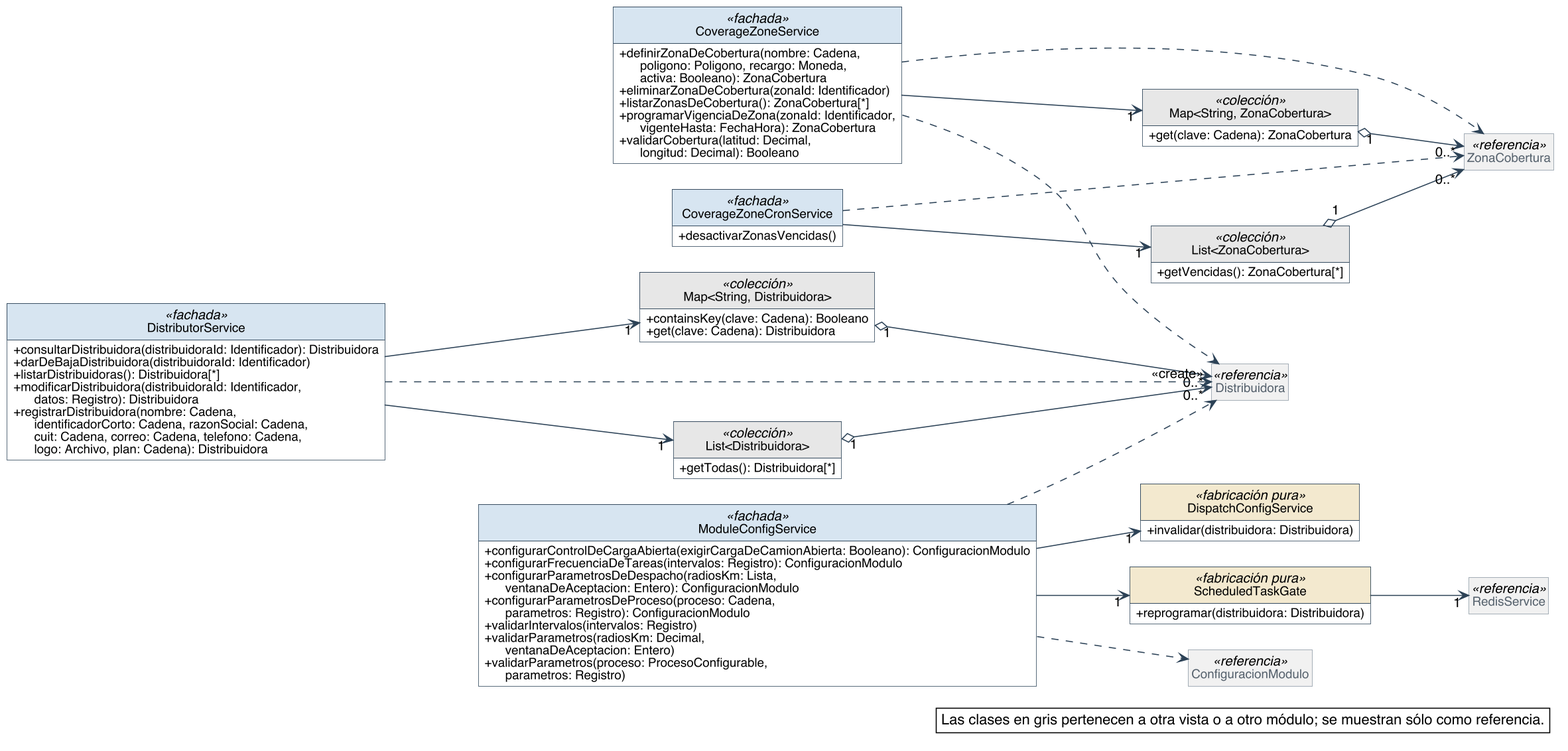
Nahuelito-Dev/splg-docs keeps this PlantUML diagram as diagramas/clases-diseno/DC_Mod_Cobertura-y-distribuidoras.png. Above is the earlier version.
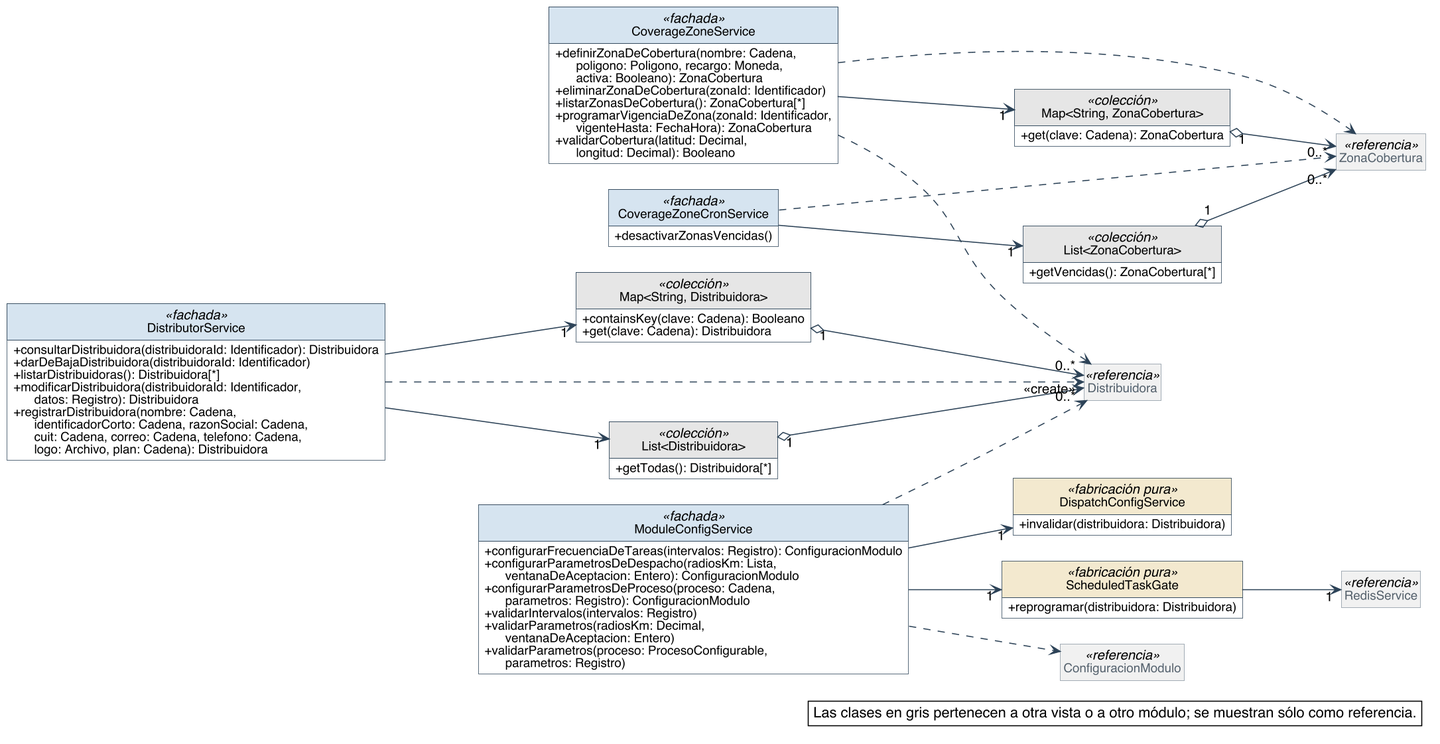
The same file after the commit.

Diff of the diagram source:
```diff
@@ -91,7 +91,6 @@
   + getTodas(): Distribuidora[*]
 }
 class ModuleConfigService <<fachada>> {
-  + configurarControlDeCargaAbierta(exigirCargaDeCamionAbierta: Booleano): ConfiguracionModulo
   + configurarFrecuenciaDeTareas(intervalos: Registro): ConfiguracionModulo
   + configurarParametrosDeDespacho(radiosKm: Lista,\n      ventanaDeAceptacion: Entero): ConfiguracionModulo
   + configurarParametrosDeProceso(proceso: Cadena,\n      parametros: Registro): ConfiguracionModulo
```
